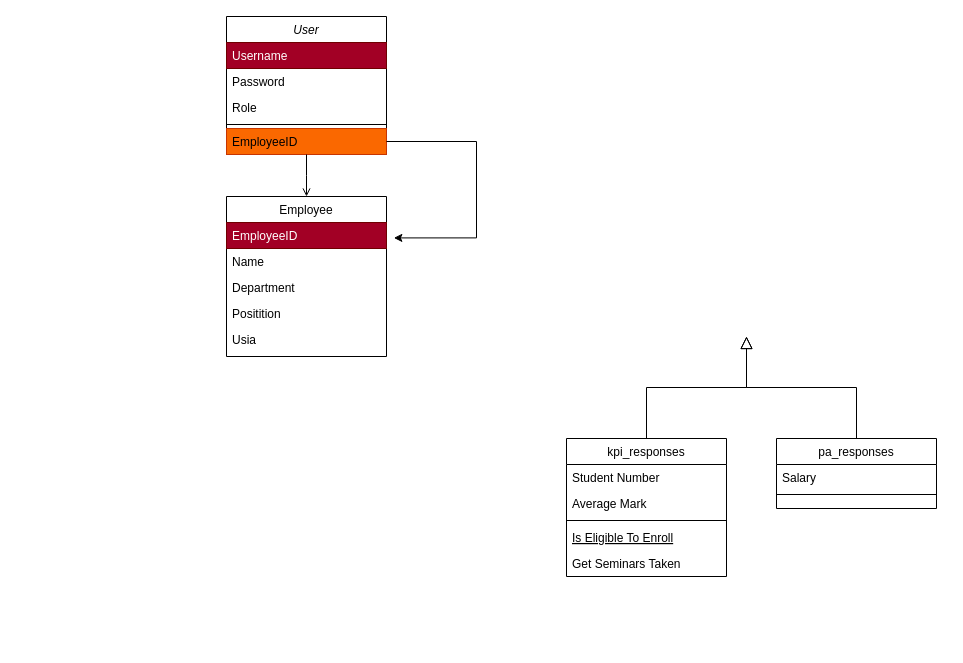
jezreelkosasih/diagram keeps this draw.io diagram as database-diagram.drawio. Above is the earlier version. Source tidied: cells renumbered, new cells numbered last; positions are measured from the earlier drawing's top-left corner, leaving out a move shared by most shapes. Both pictures are drawn from the tidied source at 100%, with x=0, y=0 at pixel (226, 16).
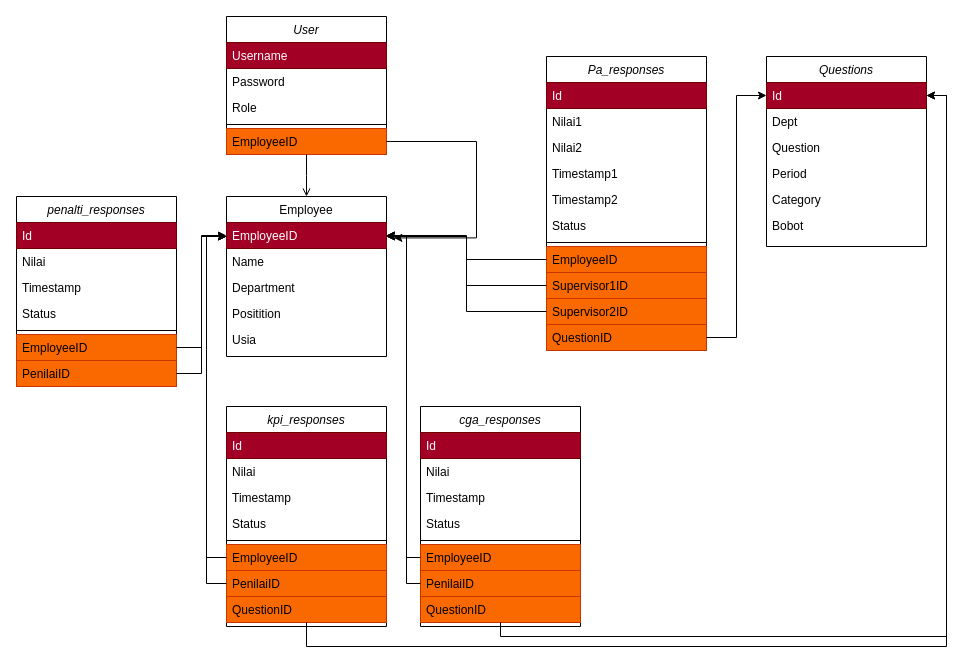
After the change.

The change refers to these unchanged cells:
```xml
<mxCell id="19" value="Employee" style="swimlane;fontStyle=0;align=center;verticalAlign=top;horizontal=1;startSize=26;rounded=0;shadow=0;strokeWidth=1;" parent="1" vertex="1">
  <mxGeometry y="180" width="160" height="160" as="geometry" />
</mxCell>
<mxCell id="20" value="EmployeeID" style="text;align=left;verticalAlign=top;spacingLeft=4;spacingRight=4;overflow=hidden;points=[[0,0.5],[1,0.5]];portConstraint=eastwest;fillColor=#a20025;fontColor=#ffffff;strokeColor=#6F0000;" parent="19" vertex="1">
  <mxGeometry y="26" width="160" height="26" as="geometry" />
</mxCell>
```

Diff of the diagram source:
```diff
@@
-    <mxCell id="8" value="kpi_responses" style="swimlane;fontStyle=0;align=center;verticalAlign=top;horizontal=1;startSize=26;rounded=0;shadow=0;strokeWidth=1;" parent="1" vertex="1">
-      <mxGeometry x="340" y="422" width="160" height="138" as="geometry" />
-    </mxCell>
-    <mxCell id="9" value="Student Number" style="text;align=left;verticalAlign=top;spacingLeft=4;spacingRight=4;overflow=hidden;" parent="8" vertex="1">
-      <mxGeometry y="26" width="160" height="26" as="geometry" />
-    </mxCell>
-    <mxCell id="10" value="Average Mark" style="text;align=left;verticalAlign=top;spacingLeft=4;spacingRight=4;overflow=hidden;rounded=0;shadow=0;html=0;" parent="8" vertex="1">
-      <mxGeometry y="52" width="160" height="26" as="geometry" />
-    </mxCell>
-    <mxCell id="11" style="line;html=1;strokeWidth=1;align=left;verticalAlign=middle;spacingTop=-1;spacingLeft=3;spacingRight=3;labelPosition=right;" parent="8" vertex="1">
-      <mxGeometry y="78" width="160" height="8" as="geometry" />
-    </mxCell>
-    <mxCell id="12" value="Is Eligible To Enroll" style="text;align=left;verticalAlign=top;spacingLeft=4;spacingRight=4;overflow=hidden;fontStyle=4;" parent="8" vertex="1">
-      <mxGeometry y="86" width="160" height="26" as="geometry" />
-    </mxCell>
-    <mxCell id="13" value="Get Seminars Taken" style="text;align=left;verticalAlign=top;spacingLeft=4;spacingRight=4;overflow=hidden;" parent="8" vertex="1">
-      <mxGeometry y="112" width="160" height="26" as="geometry" />
-    </mxCell>
-    <mxCell id="14" style="endArrow=block;endSize=10;endFill=0;shadow=0;strokeWidth=1;rounded=0;edgeStyle=elbowEdgeStyle;elbow=vertical;" parent="1" edge="1" source="8">
-      <mxGeometry relative="1" as="geometry">
-        <mxPoint x="520" y="320" as="targetPoint" />
-      </mxGeometry>
-    </mxCell>
-    <mxCell id="15" value="pa_responses" style="swimlane;fontStyle=0;align=center;verticalAlign=top;horizontal=1;startSize=26;rounded=0;shadow=0;strokeWidth=1;" parent="1" vertex="1">
-      <mxGeometry x="550" y="422" width="160" height="70" as="geometry" />
-    </mxCell>
-    <mxCell id="16" value="Salary" style="text;align=left;verticalAlign=top;spacingLeft=4;spacingRight=4;overflow=hidden;" parent="15" vertex="1">
-      <mxGeometry y="26" width="160" height="26" as="geometry" />
-    </mxCell>
-    <mxCell id="17" style="line;html=1;strokeWidth=1;align=left;verticalAlign=middle;spacingTop=-1;spacingLeft=3;spacingRight=3;labelPosition=right;" parent="15" vertex="1">
-      <mxGeometry y="52" width="160" height="8" as="geometry" />
-    </mxCell>
-    <mxCell id="18" style="endArrow=block;endSize=10;endFill=0;shadow=0;strokeWidth=1;rounded=0;edgeStyle=elbowEdgeStyle;elbow=vertical;" parent="1" edge="1" source="15">
-      <mxGeometry relative="1" as="geometry">
-        <mxPoint x="520" y="320" as="targetPoint" />
-      </mxGeometry>
-    </mxCell>
@@
+    <mxCell id="27" value="Pa_responses" style="swimlane;fontStyle=2;align=center;verticalAlign=top;horizontal=1;startSize=26;rounded=0;shadow=0;strokeWidth=1;" parent="1" vertex="1">
+      <mxGeometry x="320" y="40" width="160" height="294" as="geometry" />
+    </mxCell>
+    <mxCell id="28" value="Id" style="text;align=left;verticalAlign=top;spacingLeft=4;spacingRight=4;overflow=hidden;fillColor=#a20025;fontColor=#ffffff;strokeColor=#6F0000;" parent="27" vertex="1">
+      <mxGeometry y="26" width="160" height="26" as="geometry" />
+    </mxCell>
+    <mxCell id="29" value="Nilai1" style="text;align=left;verticalAlign=top;spacingLeft=4;spacingRight=4;overflow=hidden;rounded=0;shadow=0;html=0;" parent="27" vertex="1">
+      <mxGeometry y="52" width="160" height="26" as="geometry" />
+    </mxCell>
+    <mxCell id="30" value="Nilai2" style="text;align=left;verticalAlign=top;spacingLeft=4;spacingRight=4;overflow=hidden;rounded=0;shadow=0;html=0;" parent="27" vertex="1">
+      <mxGeometry y="78" width="160" height="26" as="geometry" />
+    </mxCell>
+    <mxCell id="31" value="Timestamp1" style="text;align=left;verticalAlign=top;spacingLeft=4;spacingRight=4;overflow=hidden;rounded=0;shadow=0;html=0;" parent="27" vertex="1">
+      <mxGeometry y="104" width="160" height="26" as="geometry" />
+    </mxCell>
+    <mxCell id="32" value="Timestamp2" style="text;align=left;verticalAlign=top;spacingLeft=4;spacingRight=4;overflow=hidden;rounded=0;shadow=0;html=0;" parent="27" vertex="1">
+      <mxGeometry y="130" width="160" height="26" as="geometry" />
+    </mxCell>
+    <mxCell id="33" value="Status" style="text;align=left;verticalAlign=top;spacingLeft=4;spacingRight=4;overflow=hidden;rounded=0;shadow=0;html=0;" parent="27" vertex="1">
+      <mxGeometry y="156" width="160" height="26" as="geometry" />
+    </mxCell>
+    <mxCell id="34" style="line;html=1;strokeWidth=1;align=left;verticalAlign=middle;spacingTop=-1;spacingLeft=3;spacingRight=3;labelPosition=right;" parent="27" vertex="1">
+      <mxGeometry y="182" width="160" height="8" as="geometry" />
+    </mxCell>
+    <mxCell id="35" value="EmployeeID" style="text;align=left;verticalAlign=top;spacingLeft=4;spacingRight=4;overflow=hidden;points=[[0,0.5],[1,0.5]];portConstraint=eastwest;fillColor=#fa6800;fontColor=#000000;strokeColor=#C73500;" parent="27" vertex="1">
+      <mxGeometry y="190" width="160" height="26" as="geometry" />
+    </mxCell>
+    <mxCell id="36" value="Supervisor1ID" style="text;align=left;verticalAlign=top;spacingLeft=4;spacingRight=4;overflow=hidden;points=[[0,0.5],[1,0.5]];portConstraint=eastwest;fillColor=#fa6800;fontColor=#000000;strokeColor=#C73500;" parent="27" vertex="1">
+      <mxGeometry y="216" width="160" height="26" as="geometry" />
+    </mxCell>
+    <mxCell id="37" value="Supervisor2ID" style="text;align=left;verticalAlign=top;spacingLeft=4;spacingRight=4;overflow=hidden;points=[[0,0.5],[1,0.5]];portConstraint=eastwest;fillColor=#fa6800;fontColor=#000000;strokeColor=#C73500;" parent="27" vertex="1">
+      <mxGeometry y="242" width="160" height="26" as="geometry" />
+    </mxCell>
+    <mxCell id="38" value="QuestionID" style="text;align=left;verticalAlign=top;spacingLeft=4;spacingRight=4;overflow=hidden;points=[[0,0.5],[1,0.5]];portConstraint=eastwest;fillColor=#fa6800;fontColor=#000000;strokeColor=#C73500;" parent="27" vertex="1">
+      <mxGeometry y="268" width="160" height="26" as="geometry" />
+    </mxCell>
+    <mxCell id="39" style="edgeStyle=orthogonalEdgeStyle;rounded=0;jettySize=auto;html=1;entryX=1;entryY=0.25;entryDx=0;entryDy=0;" parent="1" edge="1" source="35" target="19">
+      <mxGeometry relative="1" as="geometry" />
+    </mxCell>
+    <mxCell id="40" style="edgeStyle=orthogonalEdgeStyle;rounded=0;jettySize=auto;html=1;entryX=1;entryY=0.25;entryDx=0;entryDy=0;" parent="1" edge="1" source="36" target="19">
+      <mxGeometry relative="1" as="geometry" />
+    </mxCell>
+    <mxCell id="41" style="edgeStyle=orthogonalEdgeStyle;rounded=0;jettySize=auto;html=1;entryX=1;entryY=0.5;entryDx=0;entryDy=0;" parent="1" edge="1" source="37" target="20">
+      <mxGeometry relative="1" as="geometry" />
+    </mxCell>
+    <mxCell id="42" value="Questions" style="swimlane;fontStyle=2;align=center;verticalAlign=top;horizontal=1;startSize=26;rounded=0;shadow=0;strokeWidth=1;" parent="1" vertex="1">
+      <mxGeometry x="540" y="40" width="160" height="190" as="geometry" />
+    </mxCell>
+    <mxCell id="43" value="Id" style="text;align=left;verticalAlign=top;spacingLeft=4;spacingRight=4;overflow=hidden;points=[[0,0.5],[1,0.5]];portConstraint=eastwest;fillColor=#a20025;fontColor=#ffffff;strokeColor=#6F0000;" parent="42" vertex="1">
+      <mxGeometry y="26" width="160" height="26" as="geometry" />
+    </mxCell>
+    <mxCell id="44" value="Dept" style="text;align=left;verticalAlign=top;spacingLeft=4;spacingRight=4;overflow=hidden;rounded=0;shadow=0;html=0;" parent="42" vertex="1">
+      <mxGeometry y="52" width="160" height="26" as="geometry" />
+    </mxCell>
+    <mxCell id="45" value="Question" style="text;align=left;verticalAlign=top;spacingLeft=4;spacingRight=4;overflow=hidden;rounded=0;shadow=0;html=0;" parent="42" vertex="1">
+      <mxGeometry y="78" width="160" height="26" as="geometry" />
+    </mxCell>
+    <mxCell id="46" value="Period" style="text;align=left;verticalAlign=top;spacingLeft=4;spacingRight=4;overflow=hidden;rounded=0;shadow=0;html=0;" parent="42" vertex="1">
+      <mxGeometry y="104" width="160" height="26" as="geometry" />
+    </mxCell>
+    <mxCell id="47" value="Category" style="text;align=left;verticalAlign=top;spacingLeft=4;spacingRight=4;overflow=hidden;rounded=0;shadow=0;html=0;" parent="42" vertex="1">
+      <mxGeometry y="130" width="160" height="26" as="geometry" />
+    </mxCell>
+    <mxCell id="48" value="Bobot" style="text;align=left;verticalAlign=top;spacingLeft=4;spacingRight=4;overflow=hidden;rounded=0;shadow=0;html=0;" parent="42" vertex="1">
+      <mxGeometry y="156" width="160" height="26" as="geometry" />
+    </mxCell>
+    <mxCell id="49" style="edgeStyle=orthogonalEdgeStyle;rounded=0;jettySize=auto;html=1;entryX=0;entryY=0.5;entryDx=0;entryDy=0;" parent="1" edge="1" source="38" target="43">
+      <mxGeometry relative="1" as="geometry" />
+    </mxCell>
+    <mxCell id="8" value="kpi_responses" style="swimlane;fontStyle=2;align=center;verticalAlign=top;horizontal=1;startSize=26;rounded=0;shadow=0;strokeWidth=1;" parent="1" vertex="1">
+      <mxGeometry y="390" width="160" height="220" as="geometry" />
+    </mxCell>
+    <mxCell id="50" value="Id" style="text;align=left;verticalAlign=top;spacingLeft=4;spacingRight=4;overflow=hidden;fillColor=#a20025;fontColor=#ffffff;strokeColor=#6F0000;" parent="8" vertex="1">
+      <mxGeometry y="26" width="160" height="26" as="geometry" />
+    </mxCell>
+    <mxCell id="51" value="Nilai" style="text;align=left;verticalAlign=top;spacingLeft=4;spacingRight=4;overflow=hidden;rounded=0;shadow=0;html=0;" parent="8" vertex="1">
+      <mxGeometry y="52" width="160" height="26" as="geometry" />
+    </mxCell>
+    <mxCell id="52" value="Timestamp" style="text;align=left;verticalAlign=top;spacingLeft=4;spacingRight=4;overflow=hidden;rounded=0;shadow=0;html=0;" parent="8" vertex="1">
+      <mxGeometry y="78" width="160" height="26" as="geometry" />
+    </mxCell>
+    <mxCell id="53" value="Status" style="text;align=left;verticalAlign=top;spacingLeft=4;spacingRight=4;overflow=hidden;rounded=0;shadow=0;html=0;" parent="8" vertex="1">
+      <mxGeometry y="104" width="160" height="26" as="geometry" />
+    </mxCell>
+    <mxCell id="54" style="line;html=1;strokeWidth=1;align=left;verticalAlign=middle;spacingTop=-1;spacingLeft=3;spacingRight=3;labelPosition=right;" parent="8" vertex="1">
+      <mxGeometry y="130" width="160" height="8" as="geometry" />
+    </mxCell>
+    <mxCell id="55" value="EmployeeID" style="text;align=left;verticalAlign=top;spacingLeft=4;spacingRight=4;overflow=hidden;points=[[0,0.5],[1,0.5]];portConstraint=eastwest;fillColor=#fa6800;fontColor=#000000;strokeColor=#C73500;" parent="8" vertex="1">
+      <mxGeometry y="138" width="160" height="26" as="geometry" />
+    </mxCell>
+    <mxCell id="56" value="PenilaiID" style="text;align=left;verticalAlign=top;spacingLeft=4;spacingRight=4;overflow=hidden;points=[[0,0.5],[1,0.5]];portConstraint=eastwest;fillColor=#fa6800;fontColor=#000000;strokeColor=#C73500;" parent="8" vertex="1">
+      <mxGeometry y="164" width="160" height="26" as="geometry" />
+    </mxCell>
+    <mxCell id="57" value="QuestionID" style="text;align=left;verticalAlign=top;spacingLeft=4;spacingRight=4;overflow=hidden;points=[[0,0.5],[1,0.5]];portConstraint=eastwest;fillColor=#fa6800;fontColor=#000000;strokeColor=#C73500;" parent="8" vertex="1">
+      <mxGeometry y="190" width="160" height="26" as="geometry" />
+    </mxCell>
+    <mxCell id="58" style="edgeStyle=orthogonalEdgeStyle;rounded=0;jettySize=auto;html=1;entryX=0;entryY=0.25;entryDx=0;entryDy=0;" parent="1" edge="1" source="55" target="19">
+      <mxGeometry relative="1" as="geometry" />
+    </mxCell>
+    <mxCell id="59" style="edgeStyle=orthogonalEdgeStyle;rounded=0;jettySize=auto;html=1;entryX=0;entryY=0.25;entryDx=0;entryDy=0;" parent="1" edge="1" source="56" target="19">
+      <mxGeometry relative="1" as="geometry" />
+    </mxCell>
+    <mxCell id="60" style="edgeStyle=orthogonalEdgeStyle;rounded=0;jettySize=auto;html=1;entryX=1;entryY=0.5;entryDx=0;entryDy=0;" parent="1" edge="1" source="57" target="43">
+      <mxGeometry relative="1" as="geometry">
+        <Array as="points">
+          <mxPoint x="80" y="630" />
+          <mxPoint x="720" y="630" />
+          <mxPoint x="720" y="79" />
+        </Array>
+      </mxGeometry>
+    </mxCell>
+    <mxCell id="61" value="cga_responses" style="swimlane;fontStyle=2;align=center;verticalAlign=top;horizontal=1;startSize=26;rounded=0;shadow=0;strokeWidth=1;" parent="1" vertex="1">
+      <mxGeometry x="194" y="390" width="160" height="220" as="geometry" />
+    </mxCell>
+    <mxCell id="62" value="Id" style="text;align=left;verticalAlign=top;spacingLeft=4;spacingRight=4;overflow=hidden;fillColor=#a20025;fontColor=#ffffff;strokeColor=#6F0000;" parent="61" vertex="1">
+      <mxGeometry y="26" width="160" height="26" as="geometry" />
+    </mxCell>
+    <mxCell id="63" value="Nilai" style="text;align=left;verticalAlign=top;spacingLeft=4;spacingRight=4;overflow=hidden;rounded=0;shadow=0;html=0;" parent="61" vertex="1">
+      <mxGeometry y="52" width="160" height="26" as="geometry" />
+    </mxCell>
+    <mxCell id="64" value="Timestamp" style="text;align=left;verticalAlign=top;spacingLeft=4;spacingRight=4;overflow=hidden;rounded=0;shadow=0;html=0;" parent="61" vertex="1">
+      <mxGeometry y="78" width="160" height="26" as="geometry" />
+    </mxCell>
+    <mxCell id="65" value="Status" style="text;align=left;verticalAlign=top;spacingLeft=4;spacingRight=4;overflow=hidden;rounded=0;shadow=0;html=0;" parent="61" vertex="1">
+      <mxGeometry y="104" width="160" height="26" as="geometry" />
+    </mxCell>
+    <mxCell id="66" style="line;html=1;strokeWidth=1;align=left;verticalAlign=middle;spacingTop=-1;spacingLeft=3;spacingRight=3;labelPosition=right;" parent="61" vertex="1">
+      <mxGeometry y="130" width="160" height="8" as="geometry" />
+    </mxCell>
+    <mxCell id="67" value="EmployeeID" style="text;align=left;verticalAlign=top;spacingLeft=4;spacingRight=4;overflow=hidden;points=[[0,0.5],[1,0.5]];portConstraint=eastwest;fillColor=#fa6800;fontColor=#000000;strokeColor=#C73500;" parent="61" vertex="1">
+      <mxGeometry y="138" width="160" height="26" as="geometry" />
+    </mxCell>
+    <mxCell id="68" value="PenilaiID" style="text;align=left;verticalAlign=top;spacingLeft=4;spacingRight=4;overflow=hidden;points=[[0,0.5],[1,0.5]];portConstraint=eastwest;fillColor=#fa6800;fontColor=#000000;strokeColor=#C73500;" parent="61" vertex="1">
+      <mxGeometry y="164" width="160" height="26" as="geometry" />
+    </mxCell>
+    <mxCell id="69" value="QuestionID" style="text;align=left;verticalAlign=top;spacingLeft=4;spacingRight=4;overflow=hidden;points=[[0,0.5],[1,0.5]];portConstraint=eastwest;fillColor=#fa6800;fontColor=#000000;strokeColor=#C73500;" parent="61" vertex="1">
+      <mxGeometry y="190" width="160" height="26" as="geometry" />
+    </mxCell>
+    <mxCell id="70" value="penalti_responses" style="swimlane;fontStyle=2;align=center;verticalAlign=top;horizontal=1;startSize=26;rounded=0;shadow=0;strokeWidth=1;" parent="1" vertex="1">
+      <mxGeometry x="-210" y="180" width="160" height="190" as="geometry" />
+    </mxCell>
+    <mxCell id="71" value="Id" style="text;align=left;verticalAlign=top;spacingLeft=4;spacingRight=4;overflow=hidden;fillColor=#a20025;fontColor=#ffffff;strokeColor=#6F0000;" parent="70" vertex="1">
+      <mxGeometry y="26" width="160" height="26" as="geometry" />
+    </mxCell>
+    <mxCell id="72" value="Nilai" style="text;align=left;verticalAlign=top;spacingLeft=4;spacingRight=4;overflow=hidden;rounded=0;shadow=0;html=0;" parent="70" vertex="1">
+      <mxGeometry y="52" width="160" height="26" as="geometry" />
+    </mxCell>
+    <mxCell id="73" value="Timestamp" style="text;align=left;verticalAlign=top;spacingLeft=4;spacingRight=4;overflow=hidden;rounded=0;shadow=0;html=0;" parent="70" vertex="1">
+      <mxGeometry y="78" width="160" height="26" as="geometry" />
+    </mxCell>
+    <mxCell id="74" value="Status" style="text;align=left;verticalAlign=top;spacingLeft=4;spacingRight=4;overflow=hidden;rounded=0;shadow=0;html=0;" parent="70" vertex="1">
+      <mxGeometry y="104" width="160" height="26" as="geometry" />
+    </mxCell>
+    <mxCell id="75" style="line;html=1;strokeWidth=1;align=left;verticalAlign=middle;spacingTop=-1;spacingLeft=3;spacingRight=3;labelPosition=right;" parent="70" vertex="1">
+      <mxGeometry y="130" width="160" height="8" as="geometry" />
+    </mxCell>
+    <mxCell id="76" value="EmployeeID" style="text;align=left;verticalAlign=top;spacingLeft=4;spacingRight=4;overflow=hidden;points=[[0,0.5],[1,0.5]];portConstraint=eastwest;fillColor=#fa6800;fontColor=#000000;strokeColor=#C73500;" parent="70" vertex="1">
+      <mxGeometry y="138" width="160" height="26" as="geometry" />
+    </mxCell>
+    <mxCell id="77" value="PenilaiID" style="text;align=left;verticalAlign=top;spacingLeft=4;spacingRight=4;overflow=hidden;points=[[0,0.5],[1,0.5]];portConstraint=eastwest;fillColor=#fa6800;fontColor=#000000;strokeColor=#C73500;" parent="70" vertex="1">
+      <mxGeometry y="164" width="160" height="26" as="geometry" />
+    </mxCell>
+    <mxCell id="78" style="edgeStyle=orthogonalEdgeStyle;rounded=0;jettySize=auto;html=1;" parent="1" edge="1" source="67" target="20">
+      <mxGeometry relative="1" as="geometry">
+        <Array as="points">
+          <mxPoint x="180" y="541" />
+          <mxPoint x="180" y="219" />
+        </Array>
+      </mxGeometry>
+    </mxCell>
+    <mxCell id="79" style="edgeStyle=orthogonalEdgeStyle;rounded=0;jettySize=auto;html=1;entryX=1;entryY=0.5;entryDx=0;entryDy=0;" parent="1" edge="1" source="68" target="20">
+      <mxGeometry relative="1" as="geometry">
+        <Array as="points">
+          <mxPoint x="180" y="567" />
+          <mxPoint x="180" y="219" />
+        </Array>
+      </mxGeometry>
+    </mxCell>
+    <mxCell id="80" style="edgeStyle=orthogonalEdgeStyle;rounded=0;jettySize=auto;html=1;entryX=1;entryY=0.5;entryDx=0;entryDy=0;" parent="1" edge="1" source="69" target="43">
+      <mxGeometry relative="1" as="geometry">
+        <Array as="points">
+          <mxPoint x="274" y="620" />
+          <mxPoint x="720" y="620" />
+          <mxPoint x="720" y="79" />
+        </Array>
+      </mxGeometry>
+    </mxCell>
+    <mxCell id="81" style="edgeStyle=orthogonalEdgeStyle;rounded=0;jettySize=auto;html=1;entryX=0;entryY=0.5;entryDx=0;entryDy=0;" parent="1" edge="1" source="76" target="20">
+      <mxGeometry relative="1" as="geometry" />
+    </mxCell>
+    <mxCell id="82" style="edgeStyle=orthogonalEdgeStyle;rounded=0;jettySize=auto;html=1;entryX=0;entryY=0.25;entryDx=0;entryDy=0;" parent="1" edge="1" source="77" target="19">
+      <mxGeometry relative="1" as="geometry" />
+    </mxCell>
```
